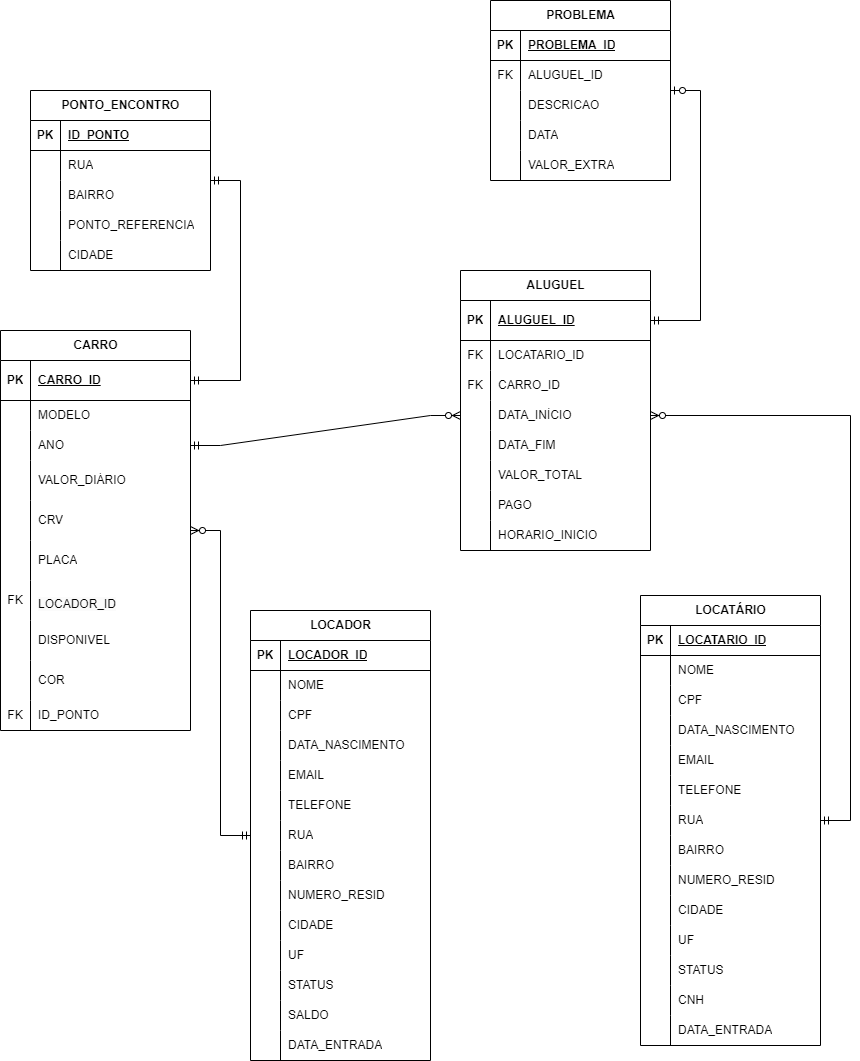
Earlier version of the draw.io export assets/database/ModeloRelacional.drawio.png (ICEI-PUC-Minas-PPLES-TI/plf-es-2024-1-ti2-1372100-grupo-1-wheelson). Source tidied: cells renumbered, new cells last; positions are measured from the earlier drawing's top-left corner, leaving out a move shared by most shapes.
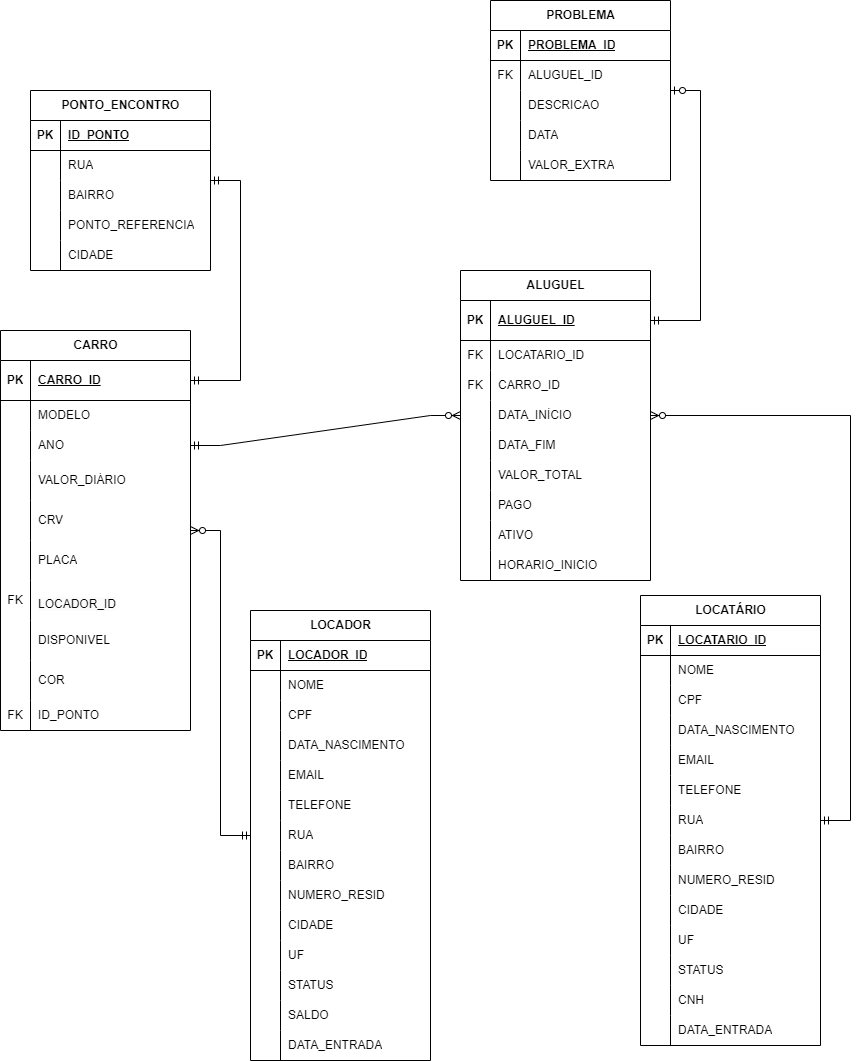
Above is the later version.

Diff of the diagram source:
```diff
@@ -309,7 +309,7 @@
       <mxGeometry x="30" width="150" height="30" as="geometry" />
     </mxCell>
     <mxCell id="104" value="ALUGUEL" style="shape=table;startSize=30;rowLines=0;fontStyle=1;align=center;html=1;" parent="1" vertex="1">
-      <mxGeometry x="460" y="270" width="190" height="280" as="geometry" />
+      <mxGeometry x="460" y="270" width="190" height="310" as="geometry" />
     </mxCell>
     <mxCell id="105" style="shape=tableRow;horizontal=0;startSize=0;swimlaneHead=0;swimlaneBody=0;fillColor=none;points=[[0,0.5],[1,0.5]];portConstraint=eastwest;top=0;left=0;right=0;bottom=1;" parent="104" vertex="1">
       <mxGeometry y="30" width="190" height="40" as="geometry" />
@@ -374,8 +374,17 @@
     <mxCell id="125" value="PAGO" style="shape=partialRectangle;fillColor=none;top=0;left=0;bottom=0;right=0;align=left;spacingLeft=6;overflow=hidden;whiteSpace=wrap;html=1;" parent="123" vertex="1">
       <mxGeometry x="30" width="160" height="30" as="geometry" />
     </mxCell>
+    <mxCell id="181" style="shape=tableRow;horizontal=0;startSize=0;swimlaneHead=0;swimlaneBody=0;top=0;left=0;bottom=0;right=0;fillColor=none;" parent="104" vertex="1">
+      <mxGeometry y="250" width="190" height="30" as="geometry" />
+    </mxCell>
+    <mxCell id="182" style="shape=partialRectangle;html=1;whiteSpace=wrap;fillColor=none;top=0;left=0;bottom=0;right=0;overflow=hidden;" parent="181" vertex="1">
+      <mxGeometry width="30" height="30" as="geometry" />
+    </mxCell>
+    <mxCell id="183" value="ATIVO" style="shape=partialRectangle;html=1;whiteSpace=wrap;fillColor=none;top=0;left=0;bottom=0;right=0;align=left;spacingLeft=6;overflow=hidden;" parent="181" vertex="1">
+      <mxGeometry x="30" width="160" height="30" as="geometry" />
+    </mxCell>
     <mxCell id="126" style="shape=tableRow;horizontal=0;startSize=0;swimlaneHead=0;swimlaneBody=0;fillColor=none;top=0;left=0;right=0;bottom=0;" parent="104" vertex="1">
-      <mxGeometry y="250" width="190" height="30" as="geometry" />
+      <mxGeometry y="280" width="190" height="30" as="geometry" />
     </mxCell>
     <mxCell id="127" style="shape=partialRectangle;fillColor=none;top=0;left=0;bottom=0;right=0;overflow=hidden;whiteSpace=wrap;html=1;" parent="126" vertex="1">
       <mxGeometry width="30" height="30" as="geometry" />
```
